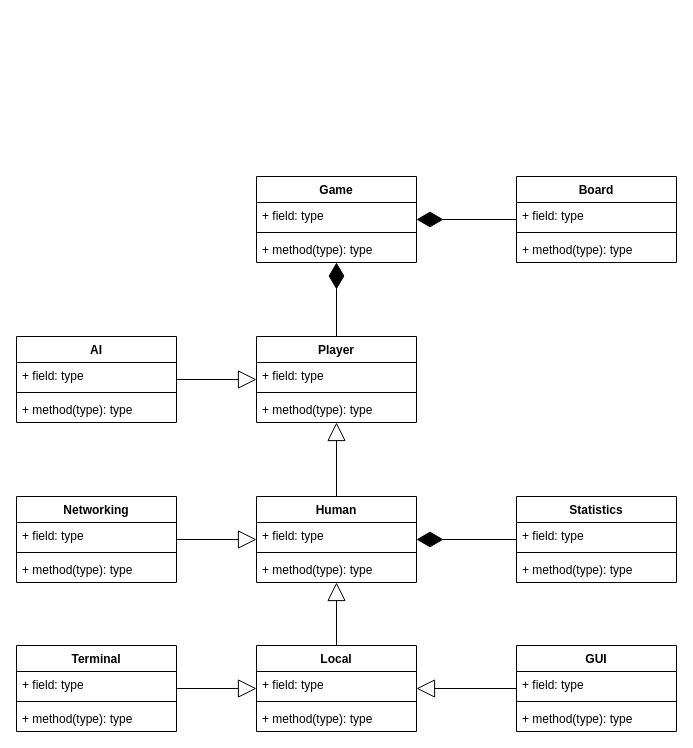
The draw.io diagram Software Object diagram alternate.drawio in Rufushwilliams/NEA---MasterMind, before the edit. Source tidied: cells renumbered, new cells numbered last; positions are measured from the earlier drawing's top-left corner, leaving out a move shared by most shapes. Both pictures are drawn from the tidied source at 100%, with x=0, y=0 at pixel (16, 176).
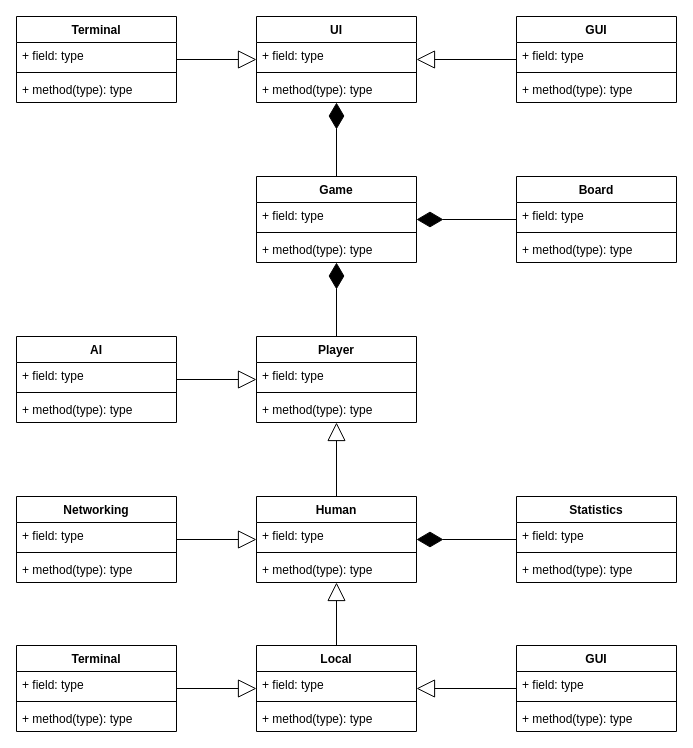
After the change.

Unchanged cells that the change refers to:
```xml
<mxCell id="2" value="Game" style="swimlane;fontStyle=1;align=center;verticalAlign=top;horizontal=1;startSize=26;" parent="1" vertex="1">
  <mxGeometry x="240" width="160" height="86" as="geometry" />
</mxCell>
```

What changed in the source:
```diff
@@
+    <mxCell id="51" value="UI" style="swimlane;fontStyle=1;align=center;verticalAlign=top;horizontal=1;startSize=26;" parent="1" vertex="1">
+      <mxGeometry x="240" y="-160" width="160" height="86" as="geometry" />
+    </mxCell>
+    <mxCell id="52" value="+ field: type" style="text;strokeColor=none;fillColor=none;align=left;verticalAlign=top;spacingLeft=4;spacingRight=4;overflow=hidden;" parent="51" vertex="1">
+      <mxGeometry y="26" width="160" height="26" as="geometry" />
+    </mxCell>
+    <mxCell id="53" style="line;strokeWidth=1;fillColor=none;align=left;verticalAlign=middle;spacingTop=-1;spacingLeft=3;spacingRight=3;labelPosition=right;" parent="51" vertex="1">
+      <mxGeometry y="52" width="160" height="8" as="geometry" />
+    </mxCell>
+    <mxCell id="54" value="+ method(type): type" style="text;strokeColor=none;fillColor=none;align=left;verticalAlign=top;spacingLeft=4;spacingRight=4;overflow=hidden;" parent="51" vertex="1">
+      <mxGeometry y="60" width="160" height="26" as="geometry" />
+    </mxCell>
+    <mxCell id="55" style="endArrow=block;endSize=16;endFill=0;html=1;rounded=0;" parent="1" edge="1" source="56" target="51">
+      <mxGeometry relative="1" as="geometry" />
+    </mxCell>
+    <mxCell id="56" value="Terminal" style="swimlane;fontStyle=1;align=center;verticalAlign=top;horizontal=1;startSize=26;" parent="1" vertex="1">
+      <mxGeometry y="-160" width="160" height="86" as="geometry" />
+    </mxCell>
+    <mxCell id="57" value="+ field: type" style="text;strokeColor=none;fillColor=none;align=left;verticalAlign=top;spacingLeft=4;spacingRight=4;overflow=hidden;" parent="56" vertex="1">
+      <mxGeometry y="26" width="160" height="26" as="geometry" />
+    </mxCell>
+    <mxCell id="58" style="line;strokeWidth=1;fillColor=none;align=left;verticalAlign=middle;spacingTop=-1;spacingLeft=3;spacingRight=3;labelPosition=right;" parent="56" vertex="1">
+      <mxGeometry y="52" width="160" height="8" as="geometry" />
+    </mxCell>
+    <mxCell id="59" value="+ method(type): type" style="text;strokeColor=none;fillColor=none;align=left;verticalAlign=top;spacingLeft=4;spacingRight=4;overflow=hidden;" parent="56" vertex="1">
+      <mxGeometry y="60" width="160" height="26" as="geometry" />
+    </mxCell>
+    <mxCell id="60" style="endArrow=diamondThin;endFill=1;endSize=24;html=1;rounded=0;" parent="1" edge="1" source="2" target="51">
+      <mxGeometry relative="1" as="geometry" />
+    </mxCell>
+    <mxCell id="61" value="GUI" style="swimlane;fontStyle=1;align=center;verticalAlign=top;horizontal=1;startSize=26;" parent="1" vertex="1">
+      <mxGeometry x="500" y="-160" width="160" height="86" as="geometry" />
+    </mxCell>
+    <mxCell id="62" value="+ field: type" style="text;strokeColor=none;fillColor=none;align=left;verticalAlign=top;spacingLeft=4;spacingRight=4;overflow=hidden;" parent="61" vertex="1">
+      <mxGeometry y="26" width="160" height="26" as="geometry" />
+    </mxCell>
+    <mxCell id="63" style="line;strokeWidth=1;fillColor=none;align=left;verticalAlign=middle;spacingTop=-1;spacingLeft=3;spacingRight=3;labelPosition=right;" parent="61" vertex="1">
+      <mxGeometry y="52" width="160" height="8" as="geometry" />
+    </mxCell>
+    <mxCell id="64" value="+ method(type): type" style="text;strokeColor=none;fillColor=none;align=left;verticalAlign=top;spacingLeft=4;spacingRight=4;overflow=hidden;" parent="61" vertex="1">
+      <mxGeometry y="60" width="160" height="26" as="geometry" />
+    </mxCell>
+    <mxCell id="65" style="endArrow=block;endSize=16;endFill=0;html=1;rounded=0;" parent="1" edge="1" source="61" target="51">
+      <mxGeometry relative="1" as="geometry" />
+    </mxCell>
```
